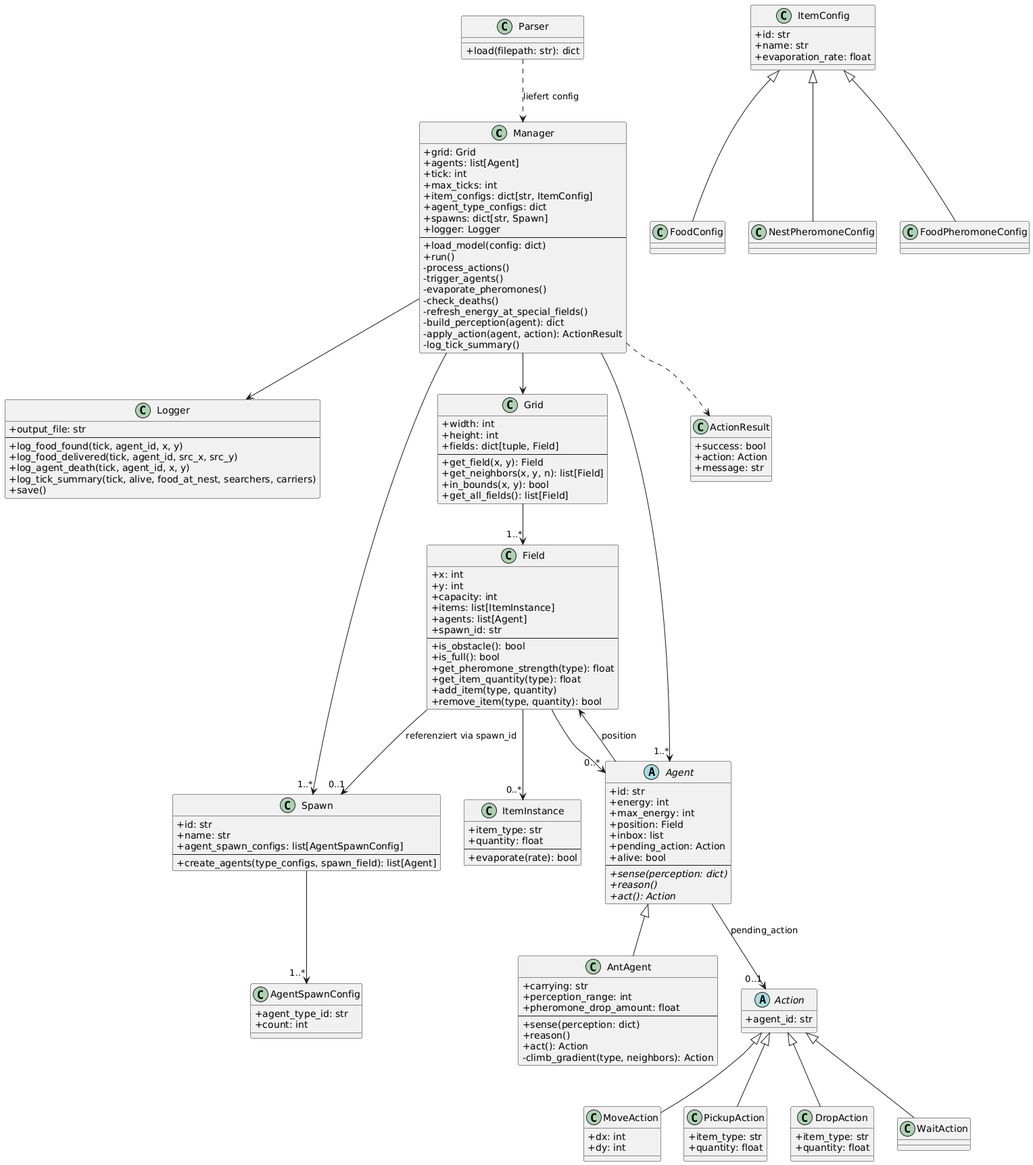
brandesdavid/aot keeps this PlantUML diagram as docs/klassendiag.png. Above is the earlier version. Its diagram source:
```plantuml
@startuml
skinparam classAttributeIconSize 0

class Manager {
  +grid: Grid
  +agents: list[Agent]
  +tick: int
  +max_ticks: int
  +item_configs: dict[str, ItemConfig]
  +agent_type_configs: dict
  +spawns: dict[str, Spawn]
  +logger: Logger
  --
  +load_model(config: dict)
  +run()
  -process_actions()
  -trigger_agents()
  -evaporate_pheromones()
  -check_deaths()
  -refresh_energy_at_special_fields()
  -build_perception(agent): dict
  -apply_action(agent, action): ActionResult
  -log_tick_summary()
}

class Parser {
  +load(filepath: str): dict
}

class Logger {
  +output_file: str
  --
  +log_food_found(tick, agent_id, x, y)
  +log_food_delivered(tick, agent_id, src_x, src_y)
  +log_agent_death(tick, agent_id, x, y)
  +log_tick_summary(tick, alive, food_at_nest, searchers, carriers)
  +save()
}

class Grid {
  +width: int
  +height: int
  +fields: dict[tuple, Field]
  --
  +get_field(x, y): Field
  +get_neighbors(x, y, n): list[Field]
  +in_bounds(x, y): bool
  +get_all_fields(): list[Field]
}

class Field {
  +x: int
  +y: int
  +capacity: int
  +items: list[ItemInstance]
  +agents: list[Agent]
  +spawn_id: str
  --
  +is_obstacle(): bool
  +is_full(): bool
  +get_pheromone_strength(type): float
  +get_item_quantity(type): float
  +add_item(type, quantity)
  +remove_item(type, quantity): bool
}

class Spawn {
  +id: str
  +name: str
  +agent_spawn_configs: list[AgentSpawnConfig]
  --
  +create_agents(type_configs, spawn_field): list[Agent]
}

class AgentSpawnConfig {
  +agent_type_id: str
  +count: int
}

class ItemConfig {
  +id: str
  +name: str
  +evaporation_rate: float
}

class ItemInstance {
  +item_type: str
  +quantity: float
  --
  +evaporate(rate): bool
}

class FoodConfig extends ItemConfig
class NestPheromoneConfig extends ItemConfig
class FoodPheromoneConfig extends ItemConfig

abstract class Agent {
  +id: str
  +energy: int
  +max_energy: int
  +position: Field
  +inbox: list
  +pending_action: Action
  +alive: bool
  --
  +{abstract} sense(perception: dict)
  +{abstract} reason()
  +{abstract} act(): Action
}

class AntAgent extends Agent {
  +carrying: str
  +perception_range: int
  +pheromone_drop_amount: float
  --
  +sense(perception: dict)
  +reason()
  +act(): Action
  -climb_gradient(type, neighbors): Action
}

abstract class Action {
  +agent_id: str
}

class MoveAction extends Action {
  +dx: int
  +dy: int
}

class PickupAction extends Action {
  +item_type: str
  +quantity: float
}

class DropAction extends Action {
  +item_type: str
  +quantity: float
}

class WaitAction extends Action

class ActionResult {
  +success: bool
  +action: Action
  +message: str
}

Manager --> Grid
Manager --> "1..*" Agent
Manager --> Logger
Manager --> "1..*" Spawn
Parser ..> Manager : liefert config
Grid --> "1..*" Field
Field --> "0..*" ItemInstance
Field --> "0..1" Spawn : referenziert via spawn_id
Field --> "0..*" Agent
Spawn --> "1..*" AgentSpawnConfig
Agent --> Field : position
Agent --> "0..1" Action : pending_action
Manager ..> ActionResult
@enduml
```
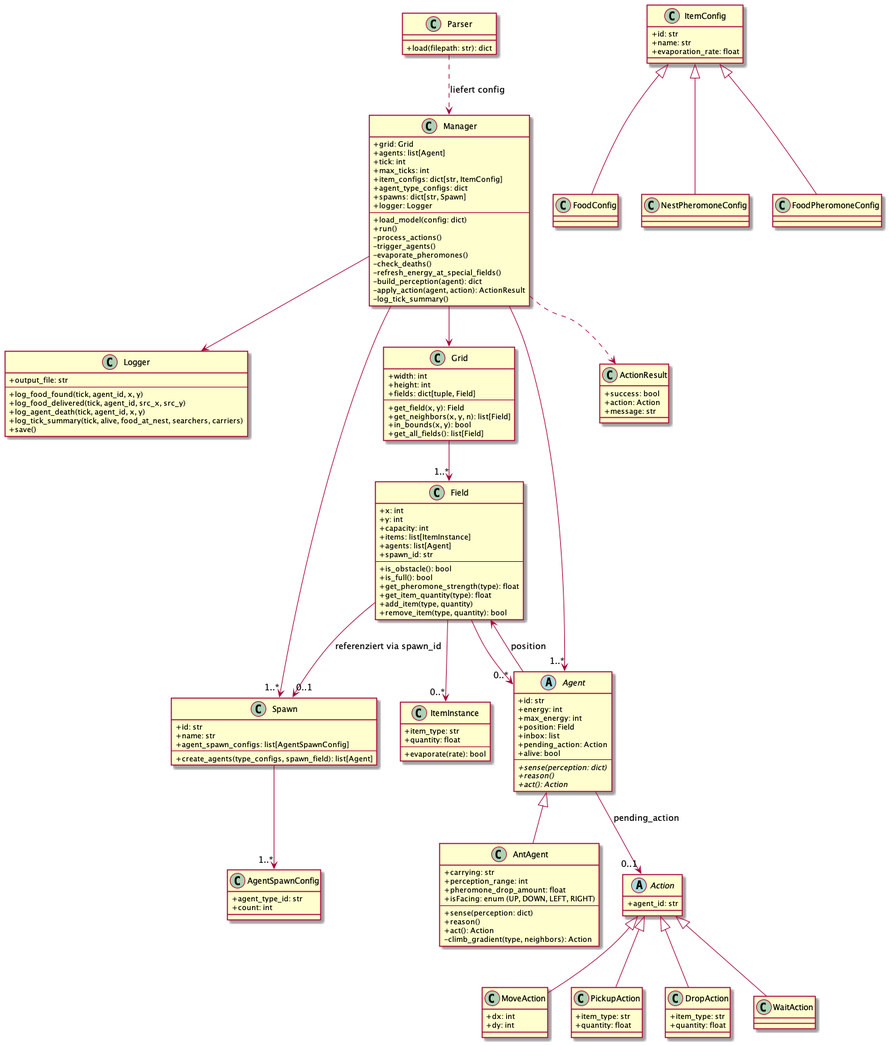
After the change.

What changed in the source:
```diff
@@ -1,4 +1,5 @@
 @startuml
+
 skinparam classAttributeIconSize 0
 
 class Manager {
@@ -112,6 +113,7 @@
   +carrying: str
   +perception_range: int
   +pheromone_drop_amount: float
+  +isFacing: enum (UP, DOWN, LEFT, RIGHT)
   --
   +sense(perception: dict)
   +reason()
@@ -159,4 +161,5 @@
 Agent --> Field : position
 Agent --> "0..1" Action : pending_action
 Manager ..> ActionResult
+
 @enduml
```
